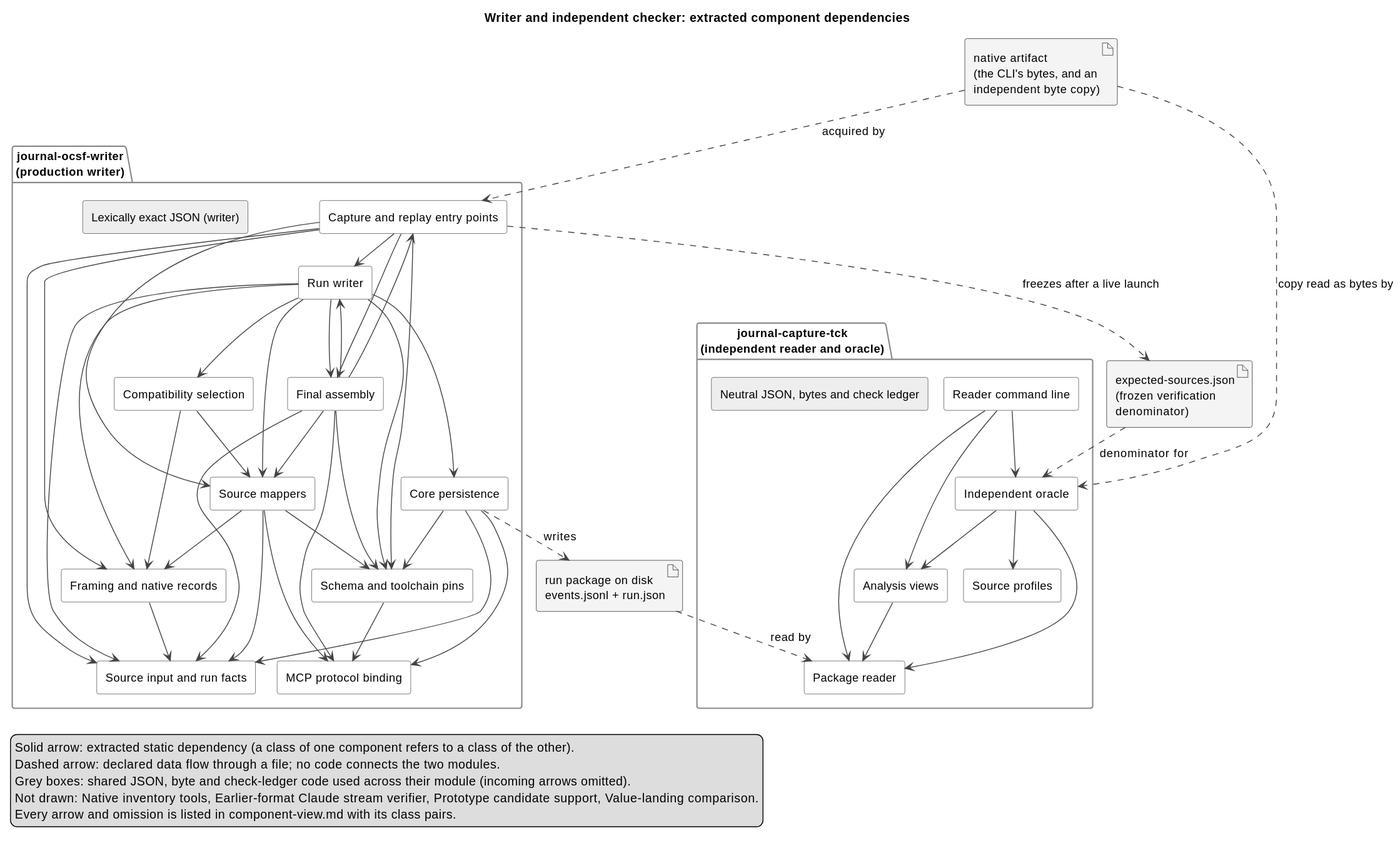
Earlier version of the PlantUML export docs/architecture/generated/component-view.svg (markpollack/agent-journal).
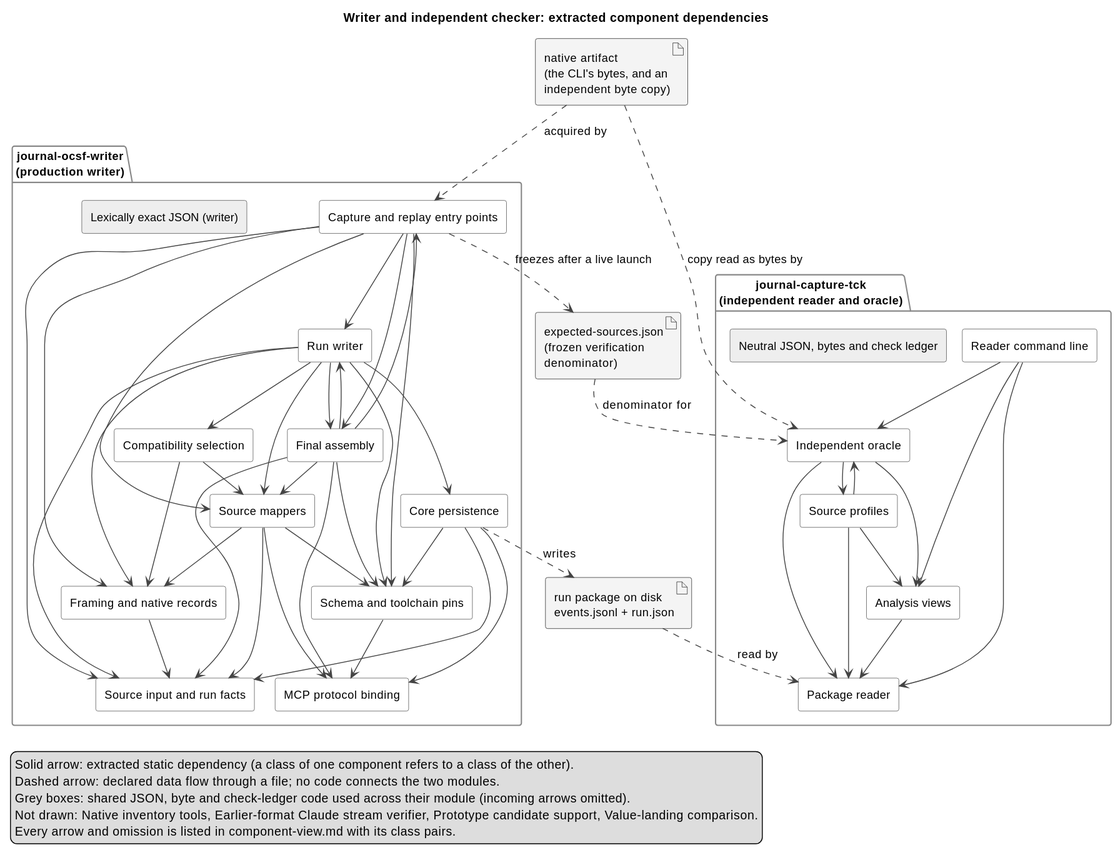
Above is the later version.

Change to the diagram source:
```diff
@@ -69,6 +69,9 @@
 oracle --> reader
 oracle --> profiles
 oracle --> views
+profiles --> reader
+profiles --> oracle
+profiles --> views
 views --> reader
 reader_tool --> reader
 reader_tool --> oracle
```
